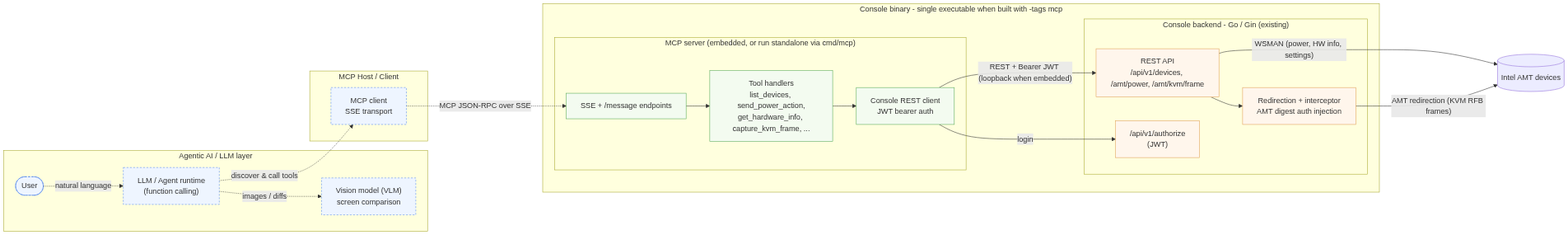
device-management-toolkit/console keeps this Mermaid diagram as mcp/docs/architecture.png. Above is the earlier version. Its source is kept beside it as mcp/docs/architecture.mmd.
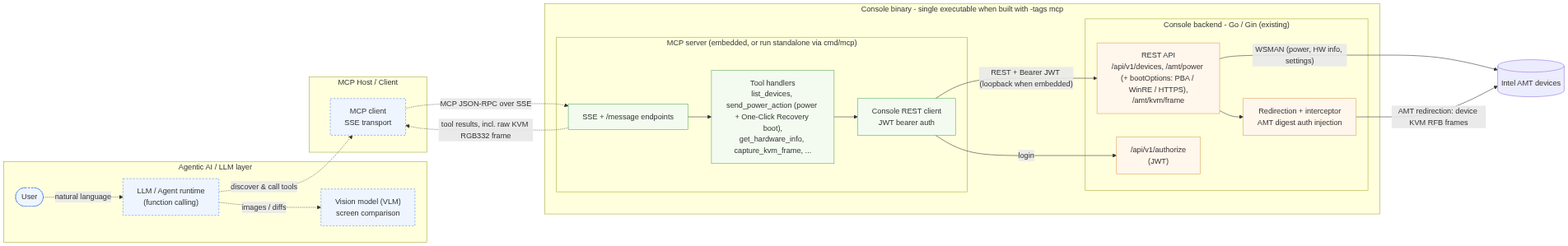
After the commit.

The edit, as a diff of the source:
```diff
@@ -12,12 +12,12 @@
     subgraph Binary["Console binary - single executable when built with -tags mcp"]
         subgraph Server["MCP server (embedded, or run standalone via cmd/mcp)"]
             SSE["SSE + /message endpoints"]
-            Tools["Tool handlers<br/>list_devices, send_power_action,<br/>get_hardware_info, capture_kvm_frame, ..."]
+            Tools["Tool handlers<br/>list_devices, send_power_action (power + One-Click Recovery boot),<br/>get_hardware_info, capture_kvm_frame, ..."]
             Rest["Console REST client<br/>JWT bearer auth"]
         end
 
         subgraph Console["Console backend - Go / Gin (existing)"]
-            API["REST API<br/>/api/v1/devices, /amt/power, /amt/kvm/frame"]
+            API["REST API<br/>/api/v1/devices, /amt/power (+ bootOptions: PBA / WinRE / HTTPS),<br/>/amt/kvm/frame"]
             Auth["/api/v1/authorize<br/>(JWT)"]
             Redir["Redirection + interceptor<br/>AMT digest auth injection"]
         end
@@ -29,13 +29,14 @@
     LLM -. "images / diffs" .-> VLM
     LLM -. "discover & call tools" .-> Client
     Client -. "MCP JSON-RPC over SSE" .-> SSE
+    SSE -. "tool results, incl. raw KVM RGB332 frame" .-> Client
 
     SSE --> Tools --> Rest
     Rest -->|"REST + Bearer JWT (loopback when embedded)"| API
     Rest -->|"login"| Auth
     API --> Redir
     API -->|"WSMAN (power, HW info, settings)"| Devices
-    Redir -->|"AMT redirection (KVM RFB frames)"| Devices
+    Redir -->|"AMT redirection: device KVM RFB frames"| Devices
 
     classDef ai fill:#eef5ff,stroke:#5b8def,stroke-dasharray:4 3;
     classDef svr fill:#f3fbf0,stroke:#5aab5a;
```
